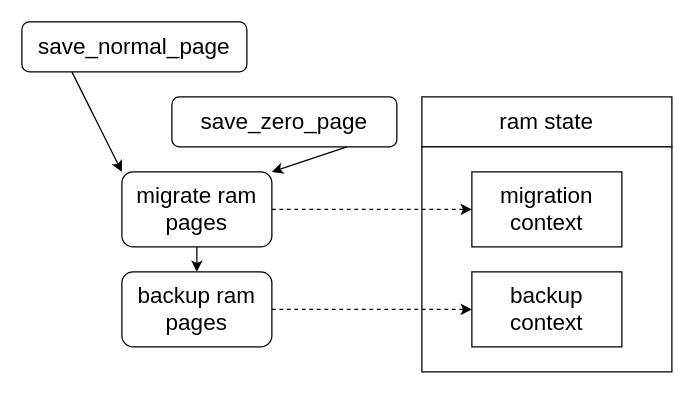
Earlier version of the draw.io diagram qemu-migration/ram migration context.drawio (xuyizhe1999/drawio). Source tidied: cells renumbered, new cells numbered last; positions are measured from the earlier drawing's top-left corner, leaving out a move shared by most shapes. Both pictures are drawn from the tidied source at 125%, with x=0, y=0 at pixel (21, 21).
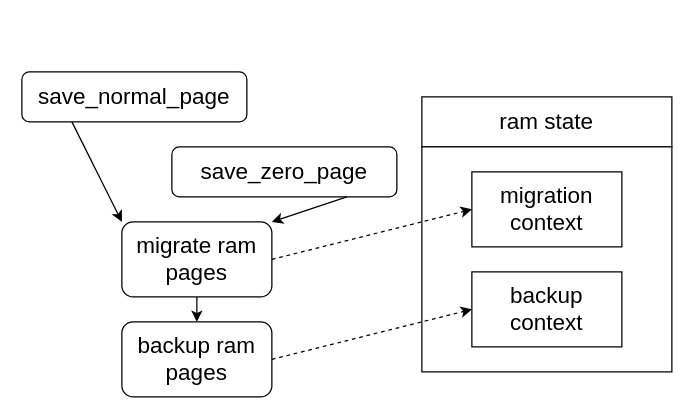
After the change.

Diff of the diagram source:
```diff
@@
 <mxGraphModel>
   <root>
     <mxCell id="0" />
     <mxCell id="1" parent="0" />
     <mxCell id="2" value="&lt;font style=&quot;font-size: 18px;&quot;&gt;ram state&lt;/font&gt;" style="rounded=0;whiteSpace=wrap;html=1;" parent="1" vertex="1">
       <mxGeometry x="320" y="60" width="200" height="40" as="geometry" />
     </mxCell>
     <mxCell id="3" style="rounded=0;whiteSpace=wrap;html=1;fontSize=18;" parent="1" vertex="1">
       <mxGeometry x="320" y="100" width="200" height="180" as="geometry" />
     </mxCell>
     <mxCell id="4" value="migration&lt;br&gt;context" style="rounded=0;whiteSpace=wrap;html=1;fontSize=18;" parent="1" vertex="1">
       <mxGeometry x="360" y="120" width="120" height="60" as="geometry" />
     </mxCell>
     <mxCell id="5" value="backup&lt;br&gt;context" style="rounded=0;whiteSpace=wrap;html=1;fontSize=18;" parent="1" vertex="1">
       <mxGeometry x="360" y="200" width="120" height="60" as="geometry" />
     </mxCell>
-    <mxCell id="6" style="edgeStyle=orthogonalEdgeStyle;rounded=0;jettySize=auto;html=1;exitX=1;exitY=0.5;exitDx=0;exitDy=0;entryX=0;entryY=0.5;entryDx=0;entryDy=0;fontSize=18;dashed=1;" parent="1" edge="1" source="7" target="5">
-      <mxGeometry relative="1" as="geometry" />
-    </mxCell>
     <mxCell id="7" value="backup ram pages" style="rounded=1;whiteSpace=wrap;html=1;fontSize=18;" parent="1" vertex="1">
-      <mxGeometry x="80" y="200" width="120" height="60" as="geometry" />
+      <mxGeometry x="80" y="240" width="120" height="60" as="geometry" />
     </mxCell>
-    <mxCell id="8" style="edgeStyle=orthogonalEdgeStyle;rounded=0;jettySize=auto;html=1;exitX=1;exitY=0.5;exitDx=0;exitDy=0;entryX=0;entryY=0.5;entryDx=0;entryDy=0;fontSize=18;dashed=1;" parent="1" edge="1" source="10" target="4">
-      <mxGeometry relative="1" as="geometry" />
-    </mxCell>
     <mxCell id="9" style="edgeStyle=orthogonalEdgeStyle;rounded=0;jettySize=auto;html=1;exitX=0.5;exitY=1;exitDx=0;exitDy=0;entryX=0.5;entryY=0;entryDx=0;entryDy=0;fontSize=18;" parent="1" edge="1" source="10" target="7">
       <mxGeometry relative="1" as="geometry" />
     </mxCell>
     <mxCell id="10" value="migrate ram pages" style="rounded=1;whiteSpace=wrap;html=1;fontSize=18;" parent="1" vertex="1">
-      <mxGeometry x="80" y="120" width="120" height="60" as="geometry" />
+      <mxGeometry x="80" y="160" width="120" height="60" as="geometry" />
     </mxCell>
     <mxCell id="11" value="save_normal_page" style="rounded=1;whiteSpace=wrap;html=1;fontSize=18;" parent="1" vertex="1">
-      <mxGeometry width="180" height="40" as="geometry" />
+      <mxGeometry y="40" width="180" height="40" as="geometry" />
     </mxCell>
     <mxCell id="12" value="save_zero_page" style="rounded=1;whiteSpace=wrap;html=1;fontSize=18;" parent="1" vertex="1">
-      <mxGeometry x="120" y="60" width="180" height="40" as="geometry" />
+      <mxGeometry x="120" y="100" width="180" height="40" as="geometry" />
     </mxCell>
     <mxCell id="13" style="endArrow=classic;html=1;rounded=0;fontSize=18;entryX=0;entryY=0;entryDx=0;entryDy=0;" parent="1" edge="1" target="10">
       <mxGeometry relative="1" as="geometry">
-        <mxPoint x="40" y="40" as="sourcePoint" />
+        <mxPoint x="40" y="80" as="sourcePoint" />
       </mxGeometry>
     </mxCell>
     <mxCell id="14" style="endArrow=classic;html=1;rounded=0;fontSize=18;entryX=1;entryY=0;entryDx=0;entryDy=0;" parent="1" edge="1" target="10">
       <mxGeometry relative="1" as="geometry">
-        <mxPoint x="260" y="100" as="sourcePoint" />
+        <mxPoint x="260" y="140" as="sourcePoint" />
       </mxGeometry>
     </mxCell>
+    <mxCell id="15" style="endArrow=classic;html=1;rounded=0;dashed=1;fontSize=18;entryX=0;entryY=0.5;entryDx=0;entryDy=0;" parent="1" edge="1" target="4">
+      <mxGeometry relative="1" as="geometry">
+        <mxPoint x="200" y="190" as="sourcePoint" />
+      </mxGeometry>
+    </mxCell>
+    <mxCell id="16" style="endArrow=classic;html=1;rounded=0;dashed=1;fontSize=18;entryX=0;entryY=0.5;entryDx=0;entryDy=0;" parent="1" edge="1" target="5">
+      <mxGeometry relative="1" as="geometry">
+        <mxPoint x="200" y="270" as="sourcePoint" />
+      </mxGeometry>
+    </mxCell>
   </root>
 </mxGraphModel>
```
